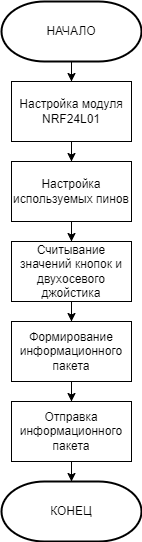
Before: images/pult_algoritm.drawio.png, a diagram exported from draw.io (demestor/robot_platform). Source tidied: cells renumbered, new cells last; positions are measured from the earlier drawing's top-left corner, leaving out a move shared by most shapes. The source it was exported from:
```xml
<mxGraphModel>
  <root>
    <mxCell id="0" />
    <mxCell id="1" parent="0" />
    <mxCell id="2" style="edgeStyle=orthogonalEdgeStyle;rounded=0;jettySize=auto;html=1;" parent="1" edge="1" source="3" target="6">
      <mxGeometry relative="1" as="geometry" />
    </mxCell>
    <mxCell id="3" value="НАЧАЛО" style="strokeWidth=2;html=1;shape=mxgraph.flowchart.terminator;whiteSpace=wrap;" parent="1" vertex="1">
      <mxGeometry width="140" height="60" as="geometry" />
    </mxCell>
    <mxCell id="4" value="КОНЕЦ" style="strokeWidth=2;html=1;shape=mxgraph.flowchart.terminator;whiteSpace=wrap;" parent="1" vertex="1">
      <mxGeometry y="480" width="140" height="60" as="geometry" />
    </mxCell>
    <mxCell id="5" style="edgeStyle=orthogonalEdgeStyle;rounded=0;jettySize=auto;html=1;" parent="1" edge="1" source="6" target="8">
      <mxGeometry relative="1" as="geometry" />
    </mxCell>
    <mxCell id="6" value="Настройка модуля NRF24L01" style="rounded=0;whiteSpace=wrap;html=1;" parent="1" vertex="1">
      <mxGeometry x="10" y="80" width="120" height="60" as="geometry" />
    </mxCell>
    <mxCell id="7" style="edgeStyle=orthogonalEdgeStyle;rounded=0;jettySize=auto;html=1;" parent="1" edge="1" source="8" target="10">
      <mxGeometry relative="1" as="geometry" />
    </mxCell>
    <mxCell id="8" value="Настройка используемых пинов" style="rounded=0;whiteSpace=wrap;html=1;" parent="1" vertex="1">
      <mxGeometry x="10" y="160" width="120" height="60" as="geometry" />
    </mxCell>
    <mxCell id="9" style="edgeStyle=orthogonalEdgeStyle;rounded=0;jettySize=auto;html=1;" parent="1" edge="1" source="10" target="12">
      <mxGeometry relative="1" as="geometry" />
    </mxCell>
    <mxCell id="10" value="Считывание значений кнопок и двухосевого джойстика" style="rounded=0;whiteSpace=wrap;html=1;" parent="1" vertex="1">
      <mxGeometry x="10" y="240" width="120" height="60" as="geometry" />
    </mxCell>
    <mxCell id="11" style="edgeStyle=orthogonalEdgeStyle;rounded=0;jettySize=auto;html=1;" parent="1" edge="1" source="12" target="14">
      <mxGeometry relative="1" as="geometry" />
    </mxCell>
    <mxCell id="12" value="Формирование информационного пакета" style="whiteSpace=wrap;html=1;rounded=0;" parent="1" vertex="1">
      <mxGeometry x="10" y="320" width="120" height="60" as="geometry" />
    </mxCell>
    <mxCell id="13" style="edgeStyle=orthogonalEdgeStyle;rounded=0;jettySize=auto;html=1;" parent="1" edge="1" source="14" target="4">
      <mxGeometry relative="1" as="geometry" />
    </mxCell>
    <mxCell id="14" value="Отправка информационного пакета" style="whiteSpace=wrap;html=1;rounded=0;" parent="1" vertex="1">
      <mxGeometry x="10" y="400" width="120" height="60" as="geometry" />
    </mxCell>
  </root>
</mxGraphModel>
```
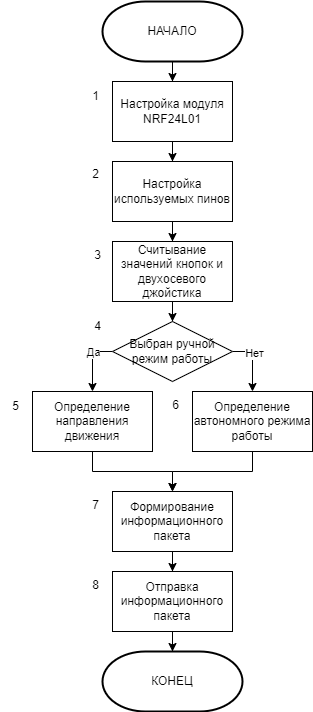
The same file after the commit.

The edit, as a diff of the source:
```diff
@@ -9,7 +9,7 @@
       <mxGeometry width="140" height="60" as="geometry" />
     </mxCell>
     <mxCell id="4" value="КОНЕЦ" style="strokeWidth=2;html=1;shape=mxgraph.flowchart.terminator;whiteSpace=wrap;" parent="1" vertex="1">
-      <mxGeometry y="480" width="140" height="60" as="geometry" />
+      <mxGeometry y="650" width="140" height="60" as="geometry" />
     </mxCell>
     <mxCell id="5" style="edgeStyle=orthogonalEdgeStyle;rounded=0;jettySize=auto;html=1;" parent="1" edge="1" source="6" target="8">
       <mxGeometry relative="1" as="geometry" />
@@ -23,9 +23,9 @@
     <mxCell id="8" value="Настройка используемых пинов" style="rounded=0;whiteSpace=wrap;html=1;" parent="1" vertex="1">
       <mxGeometry x="10" y="160" width="120" height="60" as="geometry" />
     </mxCell>
-    <mxCell id="9" style="edgeStyle=orthogonalEdgeStyle;rounded=0;jettySize=auto;html=1;" parent="1" edge="1" source="10" target="12">
-      <mxGeometry relative="1" as="geometry" />
-    </mxCell>
+    <mxCell id="15" style="edgeStyle=orthogonalEdgeStyle;rounded=0;jettySize=auto;html=1;" parent="1" edge="1" source="10" target="20">
+      <mxGeometry relative="1" as="geometry" />
+    </mxCell>
     <mxCell id="10" value="Считывание значений кнопок и двухосевого джойстика" style="rounded=0;whiteSpace=wrap;html=1;" parent="1" vertex="1">
       <mxGeometry x="10" y="240" width="120" height="60" as="geometry" />
     </mxCell>
@@ -33,13 +33,66 @@
       <mxGeometry relative="1" as="geometry" />
     </mxCell>
     <mxCell id="12" value="Формирование информационного пакета" style="whiteSpace=wrap;html=1;rounded=0;" parent="1" vertex="1">
-      <mxGeometry x="10" y="320" width="120" height="60" as="geometry" />
+      <mxGeometry x="10" y="490" width="120" height="60" as="geometry" />
     </mxCell>
     <mxCell id="13" style="edgeStyle=orthogonalEdgeStyle;rounded=0;jettySize=auto;html=1;" parent="1" edge="1" source="14" target="4">
       <mxGeometry relative="1" as="geometry" />
     </mxCell>
     <mxCell id="14" value="Отправка информационного пакета" style="whiteSpace=wrap;html=1;rounded=0;" parent="1" vertex="1">
-      <mxGeometry x="10" y="400" width="120" height="60" as="geometry" />
+      <mxGeometry x="10" y="570" width="120" height="60" as="geometry" />
     </mxCell>
+    <mxCell id="16" style="edgeStyle=orthogonalEdgeStyle;rounded=0;jettySize=auto;html=1;exitX=0;exitY=0.5;exitDx=0;exitDy=0;" parent="1" edge="1" source="20" target="22">
+      <mxGeometry relative="1" as="geometry" />
+    </mxCell>
+    <mxCell id="17" value="Да" style="edgeLabel;html=1;align=center;verticalAlign=middle;" parent="16" vertex="1">
+      <mxGeometry x="-0.18" y="3" relative="1" as="geometry">
+        <mxPoint x="-3" y="-5" as="offset" />
+      </mxGeometry>
+    </mxCell>
+    <mxCell id="18" style="edgeStyle=orthogonalEdgeStyle;rounded=0;jettySize=auto;html=1;exitX=1;exitY=0.5;exitDx=0;exitDy=0;entryX=0.5;entryY=0;entryDx=0;entryDy=0;" parent="1" edge="1" source="20" target="24">
+      <mxGeometry relative="1" as="geometry" />
+    </mxCell>
+    <mxCell id="19" value="Нет" style="edgeLabel;html=1;align=center;verticalAlign=middle;" parent="18" vertex="1">
+      <mxGeometry x="-0.31" y="1" relative="1" as="geometry" />
+    </mxCell>
+    <mxCell id="20" value="Выбран ручной режим работы" style="rhombus;whiteSpace=wrap;html=1;" parent="1" vertex="1">
+      <mxGeometry x="10" y="320" width="120" height="60" as="geometry" />
+    </mxCell>
+    <mxCell id="21" style="edgeStyle=orthogonalEdgeStyle;rounded=0;jettySize=auto;html=1;exitX=0.5;exitY=1;exitDx=0;exitDy=0;entryX=0.5;entryY=0;entryDx=0;entryDy=0;" parent="1" edge="1" source="22" target="12">
+      <mxGeometry relative="1" as="geometry" />
+    </mxCell>
+    <mxCell id="22" value="Определение направления движения" style="rounded=0;whiteSpace=wrap;html=1;" parent="1" vertex="1">
+      <mxGeometry x="-70" y="390" width="120" height="60" as="geometry" />
+    </mxCell>
+    <mxCell id="23" style="edgeStyle=orthogonalEdgeStyle;rounded=0;jettySize=auto;html=1;exitX=0.5;exitY=1;exitDx=0;exitDy=0;entryX=0.5;entryY=0;entryDx=0;entryDy=0;" parent="1" edge="1" source="24" target="12">
+      <mxGeometry relative="1" as="geometry" />
+    </mxCell>
+    <mxCell id="24" value="Определение автономного режима работы" style="rounded=0;whiteSpace=wrap;html=1;" parent="1" vertex="1">
+      <mxGeometry x="90" y="390" width="120" height="60" as="geometry" />
+    </mxCell>
+    <mxCell id="25" value="1" style="text;html=1;align=center;verticalAlign=middle;strokeColor=none;fillColor=none;" parent="1" vertex="1">
+      <mxGeometry x="-22" y="80" width="30" height="30" as="geometry" />
+    </mxCell>
+    <mxCell id="26" value="2" style="text;html=1;align=center;verticalAlign=middle;strokeColor=none;fillColor=none;" parent="1" vertex="1">
+      <mxGeometry x="-22" y="158" width="30" height="30" as="geometry" />
+    </mxCell>
+    <mxCell id="27" value="3" style="text;html=1;align=center;verticalAlign=middle;strokeColor=none;fillColor=none;" parent="1" vertex="1">
+      <mxGeometry x="-20" y="239" width="30" height="30" as="geometry" />
+    </mxCell>
+    <mxCell id="28" value="4" style="text;html=1;align=center;verticalAlign=middle;strokeColor=none;fillColor=none;" parent="1" vertex="1">
+      <mxGeometry x="-20" y="310" width="30" height="30" as="geometry" />
+    </mxCell>
+    <mxCell id="29" value="5" style="text;html=1;align=center;verticalAlign=middle;strokeColor=none;fillColor=none;" parent="1" vertex="1">
+      <mxGeometry x="-102" y="390" width="30" height="30" as="geometry" />
+    </mxCell>
+    <mxCell id="30" value="6" style="text;html=1;align=center;verticalAlign=middle;strokeColor=none;fillColor=none;" parent="1" vertex="1">
+      <mxGeometry x="58" y="389" width="30" height="30" as="geometry" />
+    </mxCell>
+    <mxCell id="31" value="7" style="text;html=1;align=center;verticalAlign=middle;strokeColor=none;fillColor=none;" parent="1" vertex="1">
+      <mxGeometry x="-22" y="489" width="30" height="30" as="geometry" />
+    </mxCell>
+    <mxCell id="32" value="8" style="text;html=1;align=center;verticalAlign=middle;strokeColor=none;fillColor=none;" parent="1" vertex="1">
+      <mxGeometry x="-22" y="569" width="30" height="30" as="geometry" />
+    </mxCell>
   </root>
 </mxGraphModel>
```
